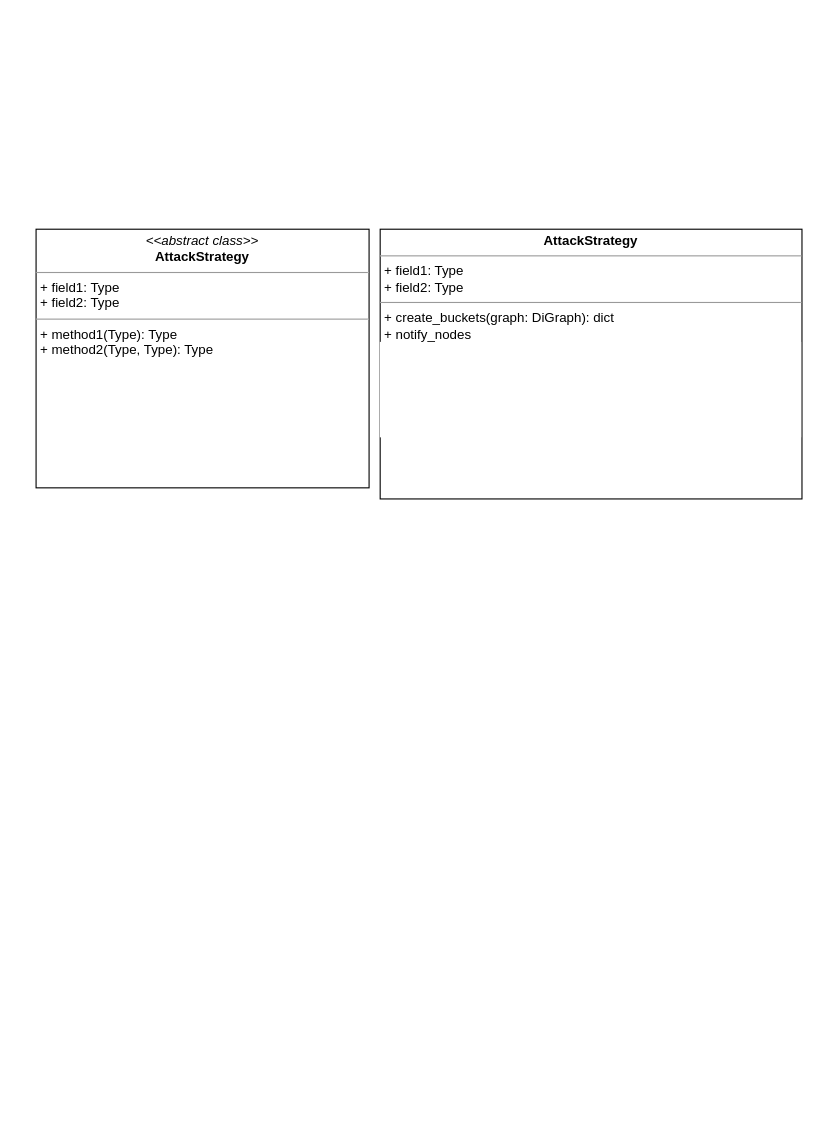
Before: documentation/robustness-analysis-class-diagram.drawio in AlainJoss/foodweb-robustness-analysis, a draw.io diagram. Source tidied: cells renumbered, new cells numbered last; positions are measured from the earlier drawing's top-left corner, leaving out a move shared by most shapes. Both pictures are drawn from the tidied source at 111%, with x=0, y=0 at pixel (36, 229).
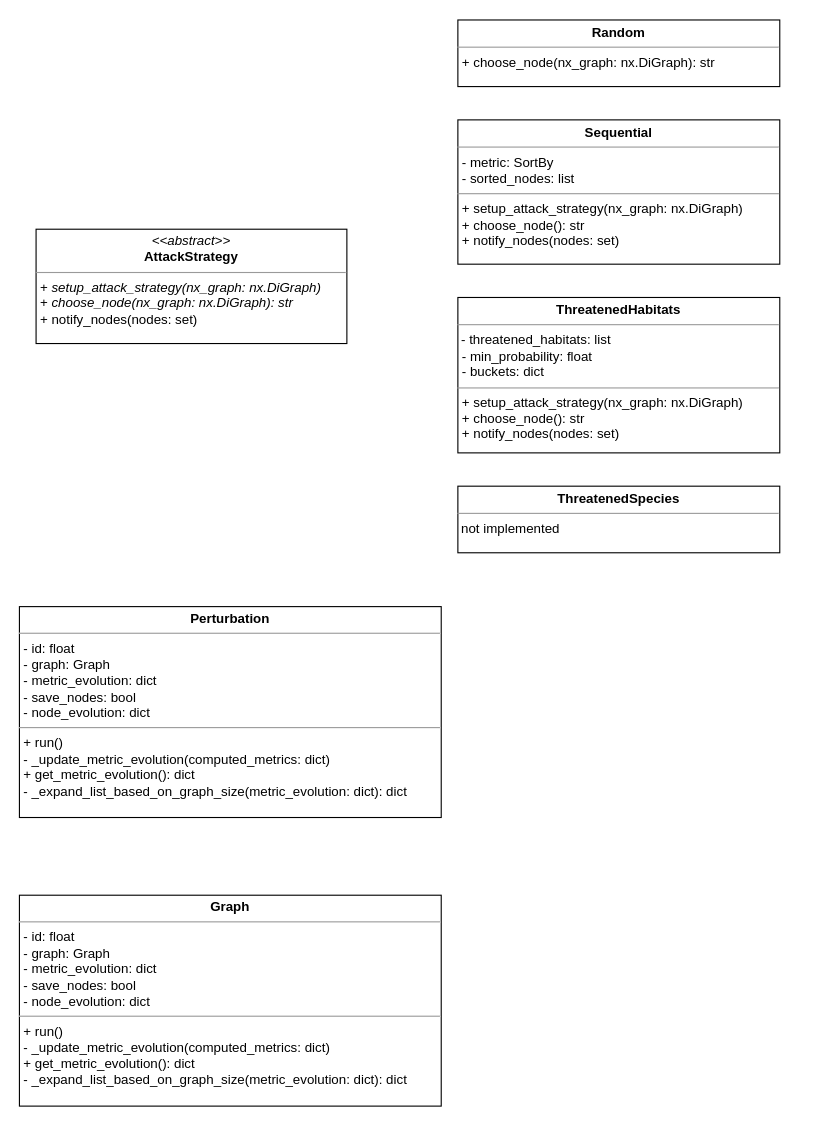
Above is the later version.

Diff of the diagram source:
```diff
@@
 <mxGraphModel>
   <root>
     <mxCell id="0" />
     <mxCell id="1" parent="0" />
-    <mxCell id="2" value="&lt;p style=&quot;margin:0px;margin-top:4px;text-align:center;&quot;&gt;&lt;i&gt;&amp;lt;&amp;lt;abstract class&amp;gt;&amp;gt;&lt;/i&gt;&lt;br&gt;&lt;b&gt;AttackStrategy&lt;/b&gt;&lt;/p&gt;&lt;hr size=&quot;1&quot;&gt;&lt;p style=&quot;margin:0px;margin-left:4px;&quot;&gt;+ field1: Type&lt;br&gt;+ field2: Type&lt;/p&gt;&lt;hr size=&quot;1&quot;&gt;&lt;p style=&quot;margin:0px;margin-left:4px;&quot;&gt;+ method1(Type): Type&lt;br&gt;+ method2(Type, Type): Type&lt;/p&gt;" style="verticalAlign=top;align=left;overflow=fill;fontSize=12;fontFamily=Helvetica;html=1;rounded=0;shadow=0;comic=0;labelBackgroundColor=none;strokeWidth=1;" parent="1" vertex="1">
-      <mxGeometry width="300" height="233" as="geometry" />
+    <mxCell id="2" value="&lt;p style=&quot;margin:0px;margin-top:4px;text-align:center;&quot;&gt;&lt;i&gt;&amp;lt;&amp;lt;abstract&amp;gt;&amp;gt;&lt;/i&gt;&lt;br&gt;&lt;b&gt;AttackStrategy&lt;/b&gt;&lt;/p&gt;&lt;hr size=&quot;1&quot;&gt;&lt;p style=&quot;margin:0px;margin-left:4px;&quot;&gt;&lt;span style=&quot;background-color: initial;&quot;&gt;+&amp;nbsp;&lt;i&gt;setup_attack_strategy&lt;/i&gt;&lt;/span&gt;&lt;span style=&quot;background-color: initial;&quot;&gt;&lt;i&gt;(nx_graph: nx.DiGraph)&lt;/i&gt;&lt;/span&gt;&lt;br&gt;&lt;/p&gt;&lt;p style=&quot;border-color: var(--border-color); margin: 0px 0px 0px 4px;&quot;&gt;+&amp;nbsp;&lt;i style=&quot;border-color: var(--border-color);&quot;&gt;choose_node&lt;/i&gt;&lt;span style=&quot;border-color: var(--border-color); background-color: initial;&quot;&gt;&lt;i style=&quot;border-color: var(--border-color);&quot;&gt;(nx_graph: nx.DiGraph): str&lt;/i&gt;&lt;/span&gt;&lt;/p&gt;&lt;p style=&quot;margin:0px;margin-left:4px;&quot;&gt;+ notify_nodes(nodes: set)&lt;/p&gt;" style="verticalAlign=top;align=left;overflow=fill;fontSize=12;fontFamily=Helvetica;html=1;rounded=0;shadow=0;comic=0;labelBackgroundColor=none;strokeWidth=1;" parent="1" vertex="1">
+      <mxGeometry width="280" height="103" as="geometry" />
     </mxCell>
     <mxCell id="3" style="edgeStyle=orthogonalEdgeStyle;rounded=0;html=1;dashed=1;labelBackgroundColor=none;startFill=0;endArrow=open;endFill=0;endSize=10;fontFamily=Verdana;fontSize=10;" parent="1" edge="1">
       <mxGeometry relative="1" as="geometry">
-        <mxPoint x="390" y="213" as="targetPoint" />
+        <mxPoint x="390" y="60" as="targetPoint" />
         <Array as="points">
-          <mxPoint x="310" y="253" />
-          <mxPoint x="310" y="213" />
+          <mxPoint x="310" y="100" />
+          <mxPoint x="310" y="60" />
         </Array>
       </mxGeometry>
     </mxCell>
     <mxCell id="4" style="edgeStyle=orthogonalEdgeStyle;rounded=0;html=1;dashed=1;labelBackgroundColor=none;startFill=0;endArrow=open;endFill=0;endSize=10;fontFamily=Verdana;fontSize=10;" parent="1" edge="1">
       <mxGeometry relative="1" as="geometry">
-        <mxPoint x="320" y="373" as="targetPoint" />
+        <mxPoint x="320" y="220" as="targetPoint" />
         <Array as="points">
-          <mxPoint x="260" y="403" />
-          <mxPoint x="260" y="373" />
+          <mxPoint x="260" y="250" />
+          <mxPoint x="260" y="220" />
         </Array>
       </mxGeometry>
     </mxCell>
     <mxCell id="5" style="edgeStyle=orthogonalEdgeStyle;rounded=0;html=1;dashed=1;labelBackgroundColor=none;startFill=0;endArrow=open;endFill=0;endSize=10;fontFamily=Verdana;fontSize=10;" parent="1" edge="1">
       <mxGeometry relative="1" as="geometry">
-        <mxPoint x="320" y="433" as="targetPoint" />
+        <mxPoint x="320" y="280" as="targetPoint" />
       </mxGeometry>
     </mxCell>
-    <mxCell id="6" value="&lt;p style=&quot;margin:0px;margin-top:4px;text-align:center;&quot;&gt;&lt;b&gt;AttackStrategy&lt;/b&gt;&lt;/p&gt;&lt;hr size=&quot;1&quot;&gt;&lt;p style=&quot;margin:0px;margin-left:4px;&quot;&gt;+ field1: Type&lt;br&gt;+ field2: Type&lt;/p&gt;&lt;hr size=&quot;1&quot;&gt;&lt;p style=&quot;margin:0px;margin-left:4px;&quot;&gt;&lt;span style=&quot;background-color: rgb(255, 255, 255);&quot;&gt;+ create_buckets(graph: DiGraph): dict&amp;nbsp;&lt;/span&gt;&lt;/p&gt;&lt;p style=&quot;margin:0px;margin-left:4px;&quot;&gt;+ notify_nodes&lt;/p&gt;&lt;div title=&quot;Page 1&quot; class=&quot;page&quot;&gt;&lt;div style=&quot;background-color: rgb(100.000000%, 100.000000%, 100.000000%)&quot; class=&quot;section&quot;&gt;&lt;div class=&quot;layoutArea&quot;&gt;&lt;div class=&quot;column&quot;&gt;&lt;br/&gt;&lt;span style=&quot;white-space: pre;&quot;&gt;&amp;nbsp;&amp;nbsp;&amp;nbsp;&amp;nbsp;&lt;/span&gt;&lt;span style=&quot;white-space: pre;&quot;&gt;&amp;nbsp;&amp;nbsp;&amp;nbsp;&amp;nbsp;&lt;/span&gt;&lt;span style=&quot;white-space: pre;&quot;&gt;&amp;nbsp;&amp;nbsp;&amp;nbsp;&amp;nbsp;&lt;/span&gt;&lt;span style=&quot;white-space: pre;&quot;&gt;&amp;nbsp;&amp;nbsp;&amp;nbsp;&amp;nbsp;&lt;/span&gt;&lt;span style=&quot;white-space: pre;&quot;&gt;&amp;nbsp;&amp;nbsp;&amp;nbsp;&amp;nbsp;&lt;/span&gt;&lt;/div&gt;&lt;br/&gt;&lt;span style=&quot;white-space: pre;&quot;&gt;&amp;nbsp;&amp;nbsp;&amp;nbsp;&amp;nbsp;&lt;/span&gt;&lt;span style=&quot;white-space: pre;&quot;&gt;&amp;nbsp;&amp;nbsp;&amp;nbsp;&amp;nbsp;&lt;/span&gt;&lt;span style=&quot;white-space: pre;&quot;&gt;&amp;nbsp;&amp;nbsp;&amp;nbsp;&amp;nbsp;&lt;/span&gt;&lt;span style=&quot;white-space: pre;&quot;&gt;&amp;nbsp;&amp;nbsp;&amp;nbsp;&amp;nbsp;&lt;/span&gt;&lt;/div&gt;&lt;br/&gt;&lt;span style=&quot;white-space: pre;&quot;&gt;&amp;nbsp;&amp;nbsp;&amp;nbsp;&amp;nbsp;&lt;/span&gt;&lt;span style=&quot;white-space: pre;&quot;&gt;&amp;nbsp;&amp;nbsp;&amp;nbsp;&amp;nbsp;&lt;/span&gt;&lt;span style=&quot;white-space: pre;&quot;&gt;&amp;nbsp;&amp;nbsp;&amp;nbsp;&amp;nbsp;&lt;/span&gt;&lt;/div&gt;&lt;br/&gt;&lt;span style=&quot;white-space: pre;&quot;&gt;&amp;nbsp;&amp;nbsp;&amp;nbsp;&amp;nbsp;&lt;/span&gt;&lt;span style=&quot;white-space: pre;&quot;&gt;&amp;nbsp;&amp;nbsp;&amp;nbsp;&amp;nbsp;&lt;/span&gt;&lt;/div&gt;" style="verticalAlign=top;align=left;overflow=fill;fontSize=12;fontFamily=Helvetica;html=1;rounded=0;shadow=0;comic=0;labelBackgroundColor=none;strokeWidth=1;" parent="1" vertex="1">
-      <mxGeometry x="310" width="380" height="243" as="geometry" />
-    </mxCell>
+    <mxCell id="7" value="&lt;p style=&quot;margin:0px;margin-top:4px;text-align:center;&quot;&gt;&lt;b&gt;Random&lt;/b&gt;&lt;/p&gt;&lt;hr size=&quot;1&quot;&gt;&lt;p style=&quot;border-color: var(--border-color); margin: 0px 0px 0px 4px;&quot;&gt;&lt;span style=&quot;background-color: initial;&quot;&gt;+&amp;nbsp;&lt;/span&gt;&lt;span style=&quot;background-color: initial; border-color: var(--border-color);&quot;&gt;choose_node&lt;/span&gt;&lt;span style=&quot;background-color: initial; border-color: var(--border-color);&quot;&gt;&lt;span style=&quot;border-color: var(--border-color);&quot;&gt;(nx_graph: nx.DiGraph): str&lt;/span&gt;&lt;/span&gt;&lt;br&gt;&lt;/p&gt;" style="verticalAlign=top;align=left;overflow=fill;fontSize=12;fontFamily=Helvetica;html=1;rounded=0;shadow=0;comic=0;labelBackgroundColor=none;strokeWidth=1;" parent="1" vertex="1">
+      <mxGeometry x="380" y="-188.5" width="290" height="60" as="geometry" />
+    </mxCell>
+    <mxCell id="8" value="&lt;p style=&quot;margin:0px;margin-top:4px;text-align:center;&quot;&gt;&lt;b&gt;Sequential&lt;/b&gt;&lt;/p&gt;&lt;hr size=&quot;1&quot;&gt;&lt;p style=&quot;margin:0px;margin-left:4px;&quot;&gt;- metric: SortBy&lt;br&gt;- sorted_nodes: list&lt;/p&gt;&lt;hr size=&quot;1&quot;&gt;&lt;p style=&quot;border-color: var(--border-color); margin: 0px 0px 0px 4px;&quot;&gt;+&amp;nbsp;&lt;span style=&quot;border-color: var(--border-color);&quot;&gt;setup_attack_strategy&lt;/span&gt;&lt;span style=&quot;border-color: var(--border-color); background-color: initial;&quot;&gt;&lt;span style=&quot;border-color: var(--border-color);&quot;&gt;(nx_graph: nx.DiGraph)&lt;/span&gt;&lt;/span&gt;&lt;br style=&quot;border-color: var(--border-color);&quot;&gt;&lt;/p&gt;&lt;p style=&quot;border-color: var(--border-color); margin: 0px 0px 0px 4px;&quot;&gt;+&amp;nbsp;&lt;span style=&quot;border-color: var(--border-color);&quot;&gt;choose_node&lt;/span&gt;&lt;span style=&quot;border-color: var(--border-color); background-color: initial;&quot;&gt;&lt;span style=&quot;border-color: var(--border-color);&quot;&gt;(): str&lt;/span&gt;&lt;/span&gt;&lt;/p&gt;&lt;p style=&quot;border-color: var(--border-color); margin: 0px 0px 0px 4px;&quot;&gt;&lt;span style=&quot;border-color: var(--border-color); background-color: initial;&quot;&gt;&lt;span style=&quot;border-color: var(--border-color);&quot;&gt;+ notify_nodes(nodes: set)&lt;/span&gt;&lt;/span&gt;&lt;/p&gt;" style="verticalAlign=top;align=left;overflow=fill;fontSize=12;fontFamily=Helvetica;html=1;rounded=0;shadow=0;comic=0;labelBackgroundColor=none;strokeWidth=1;" parent="1" vertex="1">
+      <mxGeometry x="380" y="-98.5" width="290" height="130" as="geometry" />
+    </mxCell>
+    <mxCell id="9" value="&lt;p style=&quot;margin:0px;margin-top:4px;text-align:center;&quot;&gt;&lt;b&gt;ThreatenedHabitats&lt;/b&gt;&lt;/p&gt;&lt;hr size=&quot;1&quot;&gt;&amp;nbsp;-&lt;span style=&quot;background-color: initial;&quot;&gt;&amp;nbsp;threatened_habitats&lt;/span&gt;&lt;span style=&quot;background-color: initial;&quot;&gt;: list&lt;/span&gt;&lt;br&gt;&lt;p style=&quot;margin:0px;margin-left:4px;&quot;&gt;- min_probability: float&lt;/p&gt;&lt;p style=&quot;margin:0px;margin-left:4px;&quot;&gt;- buckets: dict&lt;/p&gt;&lt;hr size=&quot;1&quot;&gt;&lt;p style=&quot;border-color: var(--border-color); margin: 0px 0px 0px 4px;&quot;&gt;+&amp;nbsp;&lt;span style=&quot;border-color: var(--border-color);&quot;&gt;setup_attack_strategy&lt;/span&gt;&lt;span style=&quot;border-color: var(--border-color); background-color: initial;&quot;&gt;&lt;span style=&quot;border-color: var(--border-color);&quot;&gt;(nx_graph: nx.DiGraph)&lt;/span&gt;&lt;/span&gt;&lt;br style=&quot;border-color: var(--border-color);&quot;&gt;&lt;/p&gt;&lt;p style=&quot;border-color: var(--border-color); margin: 0px 0px 0px 4px;&quot;&gt;+&amp;nbsp;&lt;span style=&quot;border-color: var(--border-color);&quot;&gt;choose_node&lt;/span&gt;&lt;span style=&quot;border-color: var(--border-color); background-color: initial;&quot;&gt;&lt;span style=&quot;border-color: var(--border-color);&quot;&gt;(): str&lt;/span&gt;&lt;/span&gt;&lt;/p&gt;&lt;p style=&quot;border-color: var(--border-color); margin: 0px 0px 0px 4px;&quot;&gt;&lt;span style=&quot;border-color: var(--border-color); background-color: initial;&quot;&gt;&lt;span style=&quot;border-color: var(--border-color);&quot;&gt;+ notify_nodes(nodes: set)&lt;/span&gt;&lt;/span&gt;&lt;/p&gt;" style="verticalAlign=top;align=left;overflow=fill;fontSize=12;fontFamily=Helvetica;html=1;rounded=0;shadow=0;comic=0;labelBackgroundColor=none;strokeWidth=1;" parent="1" vertex="1">
+      <mxGeometry x="380" y="61.5" width="290" height="140" as="geometry" />
+    </mxCell>
+    <mxCell id="10" value="&lt;p style=&quot;margin:0px;margin-top:4px;text-align:center;&quot;&gt;&lt;b&gt;ThreatenedSpecies&lt;/b&gt;&lt;/p&gt;&lt;hr size=&quot;1&quot;&gt;&amp;nbsp;not implemented" style="verticalAlign=top;align=left;overflow=fill;fontSize=12;fontFamily=Helvetica;html=1;rounded=0;shadow=0;comic=0;labelBackgroundColor=none;strokeWidth=1;" parent="1" vertex="1">
+      <mxGeometry x="380" y="231.5" width="290" height="60" as="geometry" />
+    </mxCell>
+    <mxCell id="11" value="&lt;p style=&quot;margin:0px;margin-top:4px;text-align:center;&quot;&gt;&lt;b&gt;Perturbation&lt;/b&gt;&lt;/p&gt;&lt;hr size=&quot;1&quot;&gt;&lt;p style=&quot;margin:0px;margin-left:4px;&quot;&gt;- id: float&lt;br&gt;- graph: Graph&lt;/p&gt;&lt;p style=&quot;margin:0px;margin-left:4px;&quot;&gt;- metric_evolution: dict&lt;/p&gt;&lt;p style=&quot;margin:0px;margin-left:4px;&quot;&gt;- save_nodes: bool&lt;/p&gt;&lt;p style=&quot;margin:0px;margin-left:4px;&quot;&gt;- node_evolution: dict&lt;/p&gt;&lt;hr size=&quot;1&quot;&gt;&lt;p style=&quot;border-color: var(--border-color); margin: 0px 0px 0px 4px;&quot;&gt;+ run()&lt;/p&gt;&lt;p style=&quot;border-color: var(--border-color); margin: 0px 0px 0px 4px;&quot;&gt;-&amp;nbsp;_update_metric_evolution(computed_metrics: dict)&lt;/p&gt;&lt;p style=&quot;border-color: var(--border-color); margin: 0px 0px 0px 4px;&quot;&gt;+ get_metric_evolution(): dict&lt;/p&gt;&lt;p style=&quot;border-color: var(--border-color); margin: 0px 0px 0px 4px;&quot;&gt;-&amp;nbsp;_expand_list_based_on_graph_size(metric_evolution: dict): dict&lt;/p&gt;" style="verticalAlign=top;align=left;overflow=fill;fontSize=12;fontFamily=Helvetica;html=1;rounded=0;shadow=0;comic=0;labelBackgroundColor=none;strokeWidth=1;" parent="1" vertex="1">
+      <mxGeometry x="-15" y="340" width="380" height="190" as="geometry" />
+    </mxCell>
+    <mxCell id="12" value="&lt;p style=&quot;margin:0px;margin-top:4px;text-align:center;&quot;&gt;&lt;b&gt;Graph&lt;/b&gt;&lt;/p&gt;&lt;hr size=&quot;1&quot;&gt;&lt;p style=&quot;margin:0px;margin-left:4px;&quot;&gt;- id: float&lt;br&gt;- graph: Graph&lt;/p&gt;&lt;p style=&quot;margin:0px;margin-left:4px;&quot;&gt;- metric_evolution: dict&lt;/p&gt;&lt;p style=&quot;margin:0px;margin-left:4px;&quot;&gt;- save_nodes: bool&lt;/p&gt;&lt;p style=&quot;margin:0px;margin-left:4px;&quot;&gt;- node_evolution: dict&lt;/p&gt;&lt;hr size=&quot;1&quot;&gt;&lt;p style=&quot;border-color: var(--border-color); margin: 0px 0px 0px 4px;&quot;&gt;+ run()&lt;/p&gt;&lt;p style=&quot;border-color: var(--border-color); margin: 0px 0px 0px 4px;&quot;&gt;-&amp;nbsp;_update_metric_evolution(computed_metrics: dict)&lt;/p&gt;&lt;p style=&quot;border-color: var(--border-color); margin: 0px 0px 0px 4px;&quot;&gt;+ get_metric_evolution(): dict&lt;/p&gt;&lt;p style=&quot;border-color: var(--border-color); margin: 0px 0px 0px 4px;&quot;&gt;-&amp;nbsp;_expand_list_based_on_graph_size(metric_evolution: dict): dict&lt;/p&gt;" style="verticalAlign=top;align=left;overflow=fill;fontSize=12;fontFamily=Helvetica;html=1;rounded=0;shadow=0;comic=0;labelBackgroundColor=none;strokeWidth=1;" parent="1" vertex="1">
+      <mxGeometry x="-15" y="600" width="380" height="190" as="geometry" />
+    </mxCell>
   </root>
 </mxGraphModel>
```
